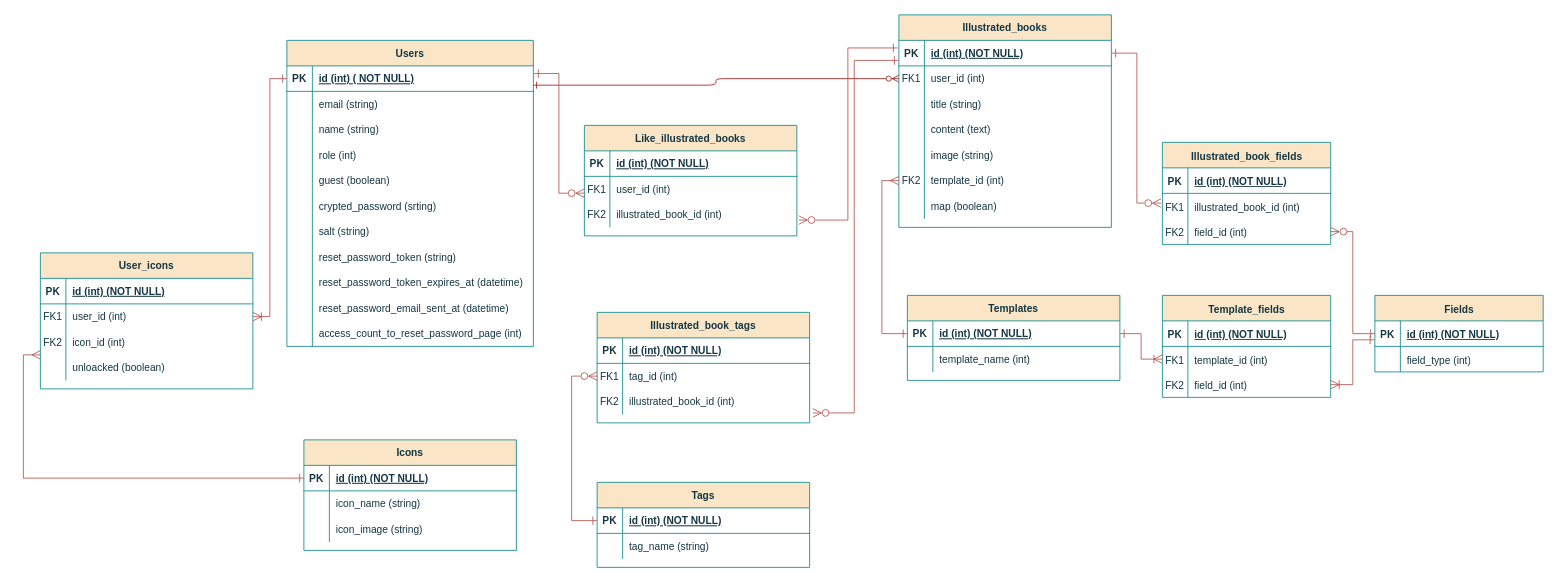
Before: 名称未設定ファイル.drawio in furukoshi12/zukan-create, a draw.io diagram. Source tidied: cells renumbered, new cells numbered last; positions are measured from the earlier drawing's top-left corner, leaving out a move shared by most shapes. Both pictures are drawn from the tidied source at 85%, with x=0, y=0 at pixel (23, 14).
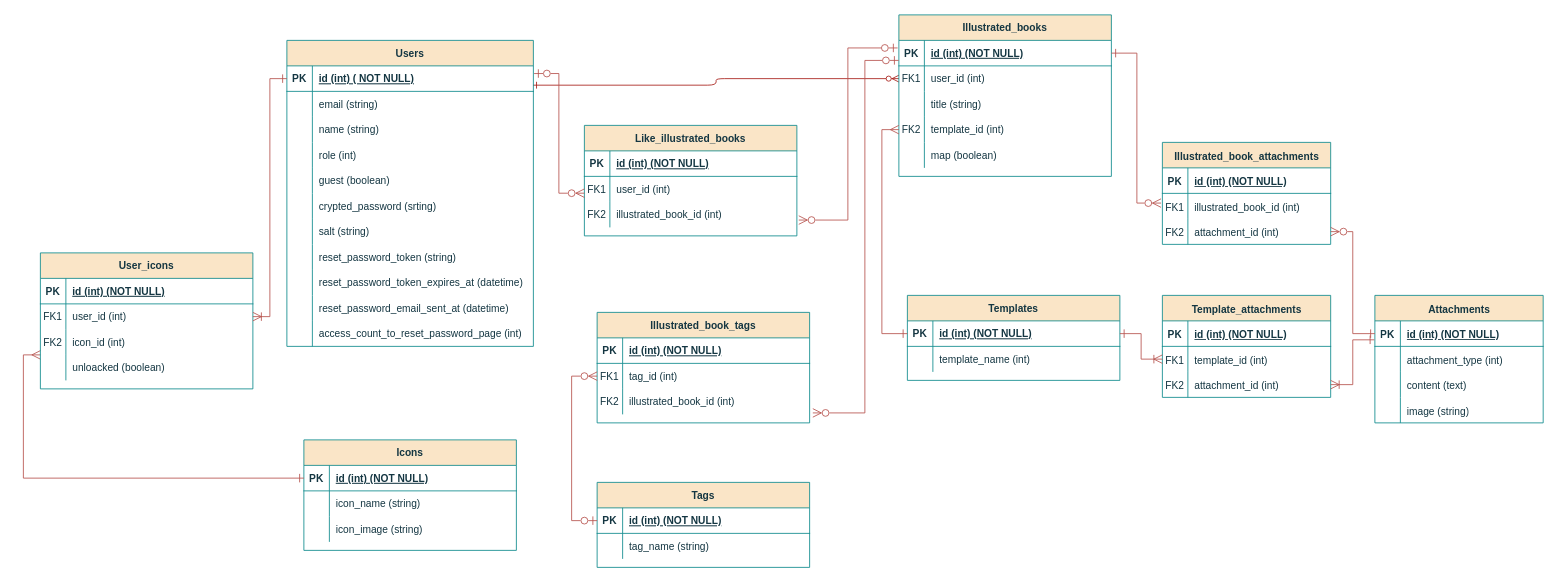
Above is the later version.

Commit message (it also covers changes not shown here):
名称未設定ファイル.drawio を更新します

The change refers to these unchanged cells:
```xml
<mxCell id="4" style="shape=partialRectangle;fillColor=none;points=[[0,0.5],[1,0.5]];portConstraint=eastwest;top=0;left=0;right=0;bottom=1;labelBackgroundColor=none;strokeColor=#0F8B8D;fontColor=#143642;" parent="3" vertex="1">
  <mxGeometry y="30" width="250" height="30" as="geometry" />
</mxCell>
<mxCell id="33" style="shape=partialRectangle;fillColor=none;points=[[0,0.5],[1,0.5]];portConstraint=eastwest;top=0;left=0;right=0;bottom=1;labelBackgroundColor=none;strokeColor=#0F8B8D;fontColor=#143642;" parent="32" vertex="1">
  <mxGeometry y="30" width="290" height="30" as="geometry" />
</mxCell>
<mxCell id="80" style="shape=partialRectangle;fillColor=none;points=[[0,0.5],[1,0.5]];portConstraint=eastwest;top=0;left=0;right=0;bottom=0;labelBackgroundColor=none;strokeColor=#0F8B8D;fontColor=#143642;" parent="76" vertex="1">
  <mxGeometry y="60" width="250" height="30" as="geometry" />
</mxCell>
<mxCell id="83" style="shape=partialRectangle;fillColor=none;points=[[0,0.5],[1,0.5]];portConstraint=eastwest;top=0;left=0;right=0;bottom=0;labelBackgroundColor=none;strokeColor=#0F8B8D;fontColor=#143642;" parent="76" vertex="1">
  <mxGeometry y="90" width="250" height="30" as="geometry" />
</mxCell>
<mxCell id="87" style="shape=partialRectangle;fillColor=none;points=[[0,0.5],[1,0.5]];portConstraint=eastwest;top=0;left=0;right=0;bottom=1;labelBackgroundColor=none;strokeColor=#0F8B8D;fontColor=#143642;" parent="86" vertex="1">
  <mxGeometry y="30" width="250" height="30" as="geometry" />
</mxCell>
<mxCell id="97" style="shape=tableRow;horizontal=0;startSize=0;swimlaneHead=0;swimlaneBody=0;fillColor=none;top=0;left=0;right=0;bottom=0;strokeColor=#0F8B8D;fontSize=16;fontColor=#143642;" parent="93" vertex="1">
  <mxGeometry y="60" width="198" height="30" as="geometry" />
</mxCell>
<mxCell id="104" style="shape=partialRectangle;fillColor=none;points=[[0,0.5],[1,0.5]];portConstraint=eastwest;top=0;left=0;right=0;bottom=0;labelBackgroundColor=none;strokeColor=#0F8B8D;fontColor=#143642;" parent="100" vertex="1">
  <mxGeometry y="60" width="250" height="30" as="geometry" />
</mxCell>
<mxCell id="107" style="shape=partialRectangle;fillColor=none;points=[[0,0.5],[1,0.5]];portConstraint=eastwest;top=0;left=0;right=0;bottom=0;labelBackgroundColor=none;strokeColor=#0F8B8D;fontColor=#143642;" parent="100" vertex="1">
  <mxGeometry y="90" width="250" height="30" as="geometry" />
</mxCell>
<mxCell id="123" style="shape=tableRow;horizontal=0;startSize=0;swimlaneHead=0;swimlaneBody=0;fillColor=none;points=[[0,0.5],[1,0.5]];portConstraint=eastwest;top=0;left=0;right=0;bottom=0;strokeColor=#0F8B8D;fontSize=16;fontColor=#143642;" parent="116" vertex="1">
  <mxGeometry y="90" width="198" height="30" as="geometry" />
</mxCell>
<mxCell id="135" style="shape=tableRow;horizontal=0;startSize=0;swimlaneHead=0;swimlaneBody=0;fillColor=none;points=[[0,0.5],[1,0.5]];portConstraint=eastwest;top=0;left=0;right=0;bottom=0;strokeColor=#0F8B8D;fontSize=16;fontColor=#143642;" parent="128" vertex="1">
  <mxGeometry y="90" width="198" height="30" as="geometry" />
</mxCell>
```

Diff of the diagram source:
```diff
@@
     <mxCell id="3" value="Illustrated_books" style="shape=table;startSize=30;childLayout=tableLayout;rowLines=0;fontStyle=1;align=center;labelBackgroundColor=none;fillColor=#FAE5C7;strokeColor=#0F8B8D;fontColor=#143642;" parent="1" vertex="1">
-      <mxGeometry x="1030" width="250" height="250" as="geometry" />
+      <mxGeometry x="1030" width="250" height="190" as="geometry" />
     </mxCell>
@@
-    <mxCell id="13" style="shape=partialRectangle;fillColor=none;top=0;left=0;right=0;bottom=0;labelBackgroundColor=none;strokeColor=#0F8B8D;fontColor=#143642;" parent="3" vertex="1">
-      <mxGeometry y="120" width="250" height="30" as="geometry" />
-    </mxCell>
-    <mxCell id="14" style="shape=partialRectangle;overflow=hidden;fillColor=none;top=0;left=0;bottom=0;right=0;labelBackgroundColor=none;strokeColor=#0F8B8D;fontColor=#143642;" parent="13" vertex="1">
-      <mxGeometry width="30" height="30" as="geometry" />
-    </mxCell>
-    <mxCell id="15" value="content (text)" style="shape=partialRectangle;overflow=hidden;fillColor=none;top=0;left=0;bottom=0;right=0;align=left;spacingLeft=6;labelBackgroundColor=none;strokeColor=#0F8B8D;fontColor=#143642;" parent="13" vertex="1">
-      <mxGeometry x="30" width="220" height="30" as="geometry" />
-    </mxCell>
-    <mxCell id="16" style="shape=partialRectangle;fillColor=none;top=0;left=0;right=0;bottom=0;labelBackgroundColor=none;strokeColor=#0F8B8D;fontColor=#143642;" parent="3" vertex="1">
-      <mxGeometry y="150" width="250" height="30" as="geometry" />
-    </mxCell>
-    <mxCell id="17" style="shape=partialRectangle;overflow=hidden;fillColor=none;top=0;left=0;bottom=0;right=0;labelBackgroundColor=none;strokeColor=#0F8B8D;fontColor=#143642;" parent="16" vertex="1">
-      <mxGeometry width="30" height="30" as="geometry" />
-    </mxCell>
-    <mxCell id="18" value="image (string)" style="shape=partialRectangle;overflow=hidden;fillColor=none;top=0;left=0;bottom=0;right=0;align=left;spacingLeft=6;labelBackgroundColor=none;strokeColor=#0F8B8D;fontColor=#143642;" parent="16" vertex="1">
-      <mxGeometry x="30" width="220" height="30" as="geometry" />
-    </mxCell>
     <mxCell id="19" style="shape=partialRectangle;fillColor=none;points=[[0,0.5],[1,0.5]];portConstraint=eastwest;top=0;left=0;right=0;bottom=0;labelBackgroundColor=none;strokeColor=#0F8B8D;fontColor=#143642;" parent="3" vertex="1">
-      <mxGeometry y="180" width="250" height="30" as="geometry" />
+      <mxGeometry y="120" width="250" height="30" as="geometry" />
     </mxCell>
@@
     <mxCell id="22" style="shape=partialRectangle;fillColor=none;top=0;left=0;right=0;bottom=0;labelBackgroundColor=none;strokeColor=#0F8B8D;fontColor=#143642;" parent="3" vertex="1">
-      <mxGeometry y="210" width="250" height="30" as="geometry" />
+      <mxGeometry y="150" width="250" height="30" as="geometry" />
     </mxCell>
@@
-    <mxCell id="93" value="&lt;font style=&quot;font-size: 12px;&quot;&gt;Fields&lt;/font&gt;" style="shape=table;startSize=30;childLayout=tableLayout;rowLines=0;fontStyle=1;align=center;html=1;strokeColor=#0F8B8D;fontSize=16;fontColor=#143642;fillColor=#FAE5C7;" parent="1" vertex="1">
-      <mxGeometry x="1590" y="330" width="198" height="90" as="geometry" />
+    <mxCell id="93" value="&lt;span style=&quot;font-size: 12px;&quot;&gt;Attachments&lt;/span&gt;" style="shape=table;startSize=30;childLayout=tableLayout;rowLines=0;fontStyle=1;align=center;html=1;strokeColor=#0F8B8D;fontSize=16;fontColor=#143642;fillColor=#FAE5C7;" parent="1" vertex="1">
+      <mxGeometry x="1590" y="330" width="198" height="150" as="geometry" />
     </mxCell>
@@
-    <mxCell id="99" value="&lt;font style=&quot;font-size: 12px;&quot;&gt;field_type (int)&lt;/font&gt;" style="shape=partialRectangle;fillColor=none;top=0;left=0;bottom=0;right=0;align=left;spacingLeft=6;overflow=hidden;whiteSpace=wrap;html=1;strokeColor=#0F8B8D;fontSize=16;fontColor=#143642;" parent="97" vertex="1">
+    <mxCell id="99" value="&lt;font style=&quot;font-size: 12px;&quot;&gt;attachment_type (int)&lt;/font&gt;" style="shape=partialRectangle;fillColor=none;top=0;left=0;bottom=0;right=0;align=left;spacingLeft=6;overflow=hidden;whiteSpace=wrap;html=1;strokeColor=#0F8B8D;fontSize=16;fontColor=#143642;" parent="97" vertex="1">
       <mxGeometry x="30" width="168" height="30" as="geometry" />
     </mxCell>
+    <mxCell id="154" style="shape=tableRow;horizontal=0;startSize=0;swimlaneHead=0;swimlaneBody=0;fillColor=none;top=0;left=0;right=0;bottom=0;strokeColor=#0F8B8D;fontSize=16;fontColor=#143642;" parent="93" vertex="1">
+      <mxGeometry y="90" width="198" height="30" as="geometry" />
+    </mxCell>
+    <mxCell id="155" style="shape=partialRectangle;fillColor=none;top=0;left=0;bottom=0;right=0;overflow=hidden;whiteSpace=wrap;html=1;strokeColor=#0F8B8D;fontSize=16;fontColor=#143642;" parent="154" vertex="1">
+      <mxGeometry width="30" height="30" as="geometry" />
+    </mxCell>
+    <mxCell id="15" value="&lt;font style=&quot;font-size: 12px;&quot;&gt;content (text)&lt;/font&gt;" style="shape=partialRectangle;fillColor=none;top=0;left=0;bottom=0;right=0;align=left;spacingLeft=6;overflow=hidden;whiteSpace=wrap;html=1;strokeColor=#0F8B8D;fontSize=16;fontColor=#143642;" parent="154" vertex="1">
+      <mxGeometry x="30" width="168" height="30" as="geometry" />
+    </mxCell>
+    <mxCell id="156" style="shape=tableRow;horizontal=0;startSize=0;swimlaneHead=0;swimlaneBody=0;fillColor=none;top=0;left=0;right=0;bottom=0;strokeColor=#0F8B8D;fontSize=16;fontColor=#143642;" parent="93" vertex="1">
+      <mxGeometry y="120" width="198" height="30" as="geometry" />
+    </mxCell>
+    <mxCell id="157" style="shape=partialRectangle;fillColor=none;top=0;left=0;bottom=0;right=0;overflow=hidden;whiteSpace=wrap;html=1;strokeColor=#0F8B8D;fontSize=16;fontColor=#143642;" parent="156" vertex="1">
+      <mxGeometry width="30" height="30" as="geometry" />
+    </mxCell>
+    <mxCell id="18" value="&lt;font style=&quot;font-size: 12px;&quot;&gt;image (string)&lt;/font&gt;" style="shape=partialRectangle;fillColor=none;top=0;left=0;bottom=0;right=0;align=left;spacingLeft=6;overflow=hidden;whiteSpace=wrap;html=1;strokeColor=#0F8B8D;fontSize=16;fontColor=#143642;" parent="156" vertex="1">
+      <mxGeometry x="30" width="168" height="30" as="geometry" />
+    </mxCell>
@@
-    <mxCell id="110" style="edgeStyle=orthogonalEdgeStyle;rounded=0;jettySize=auto;html=1;exitX=-0.001;exitY=0.785;exitDx=0;exitDy=0;entryX=1.015;entryY=0.943;entryDx=0;entryDy=0;entryPerimeter=0;fontSize=12;startSize=8;endSize=8;endArrow=ERzeroToMany;endFill=0;startArrow=ERone;startFill=0;fillColor=#f8cecc;strokeColor=#b85450;exitPerimeter=0;" parent="1" edge="1" source="4" target="107">
-      <mxGeometry relative="1" as="geometry" />
+    <mxCell id="110" style="edgeStyle=orthogonalEdgeStyle;rounded=0;jettySize=auto;html=1;exitX=-0.001;exitY=0.785;exitDx=0;exitDy=0;entryX=1.015;entryY=0.943;entryDx=0;entryDy=0;entryPerimeter=0;fontSize=12;startSize=8;endSize=8;endArrow=ERzeroToMany;endFill=0;startArrow=ERzeroToOne;startFill=0;fillColor=#f8cecc;strokeColor=#b85450;exitPerimeter=0;" parent="1" edge="1" source="4" target="107">
+      <mxGeometry relative="1" as="geometry">
+        <Array as="points">
+          <mxPoint x="990" y="54" />
+          <mxPoint x="990" y="468" />
+        </Array>
+      </mxGeometry>
     </mxCell>
-    <mxCell id="111" style="edgeStyle=orthogonalEdgeStyle;rounded=0;jettySize=auto;html=1;exitX=0;exitY=0.5;exitDx=0;exitDy=0;fontSize=12;startSize=8;endSize=8;startArrow=ERzeroToMany;startFill=0;endArrow=ERone;endFill=0;fillColor=#f8cecc;strokeColor=#b85450;entryX=0;entryY=0.5;entryDx=0;entryDy=0;" parent="1" edge="1" source="104" target="87">
+    <mxCell id="111" style="edgeStyle=orthogonalEdgeStyle;rounded=0;jettySize=auto;html=1;exitX=0;exitY=0.5;exitDx=0;exitDy=0;fontSize=12;startSize=8;endSize=8;startArrow=ERzeroToMany;startFill=0;endArrow=ERzeroToOne;endFill=0;fillColor=#f8cecc;strokeColor=#b85450;entryX=0;entryY=0.5;entryDx=0;entryDy=0;" parent="1" edge="1" source="104" target="87">
       <mxGeometry relative="1" as="geometry">
         <Array as="points">
           <mxPoint x="645" y="425" />
           <mxPoint x="645" y="595" />
         </Array>
       </mxGeometry>
     </mxCell>
-    <mxCell id="112" style="edgeStyle=orthogonalEdgeStyle;rounded=0;jettySize=auto;html=1;exitX=1.003;exitY=0.301;exitDx=0;exitDy=0;entryX=0;entryY=0.659;entryDx=0;entryDy=0;entryPerimeter=0;fontSize=12;startSize=8;endSize=8;endArrow=ERzeroToMany;endFill=0;startArrow=ERone;startFill=0;fillColor=#f8cecc;strokeColor=#b85450;exitPerimeter=0;" parent="1" edge="1" source="33" target="80">
+    <mxCell id="112" style="edgeStyle=orthogonalEdgeStyle;rounded=0;jettySize=auto;html=1;exitX=1.003;exitY=0.301;exitDx=0;exitDy=0;entryX=0;entryY=0.659;entryDx=0;entryDy=0;entryPerimeter=0;fontSize=12;startSize=8;endSize=8;endArrow=ERzeroToMany;endFill=0;startArrow=ERzeroToOne;startFill=0;fillColor=#f8cecc;strokeColor=#b85450;exitPerimeter=0;" parent="1" edge="1" source="33" target="80">
       <mxGeometry relative="1" as="geometry" />
     </mxCell>
-    <mxCell id="113" style="edgeStyle=orthogonalEdgeStyle;rounded=0;jettySize=auto;html=1;exitX=-0.006;exitY=0.297;exitDx=0;exitDy=0;entryX=1.009;entryY=0.713;entryDx=0;entryDy=0;entryPerimeter=0;fontSize=12;startSize=8;endSize=8;fillColor=#f8cecc;strokeColor=#b85450;endArrow=ERzeroToMany;endFill=0;startArrow=ERone;startFill=0;exitPerimeter=0;" parent="1" edge="1" source="4" target="83">
+    <mxCell id="113" style="edgeStyle=orthogonalEdgeStyle;rounded=0;jettySize=auto;html=1;exitX=-0.006;exitY=0.297;exitDx=0;exitDy=0;entryX=1.009;entryY=0.713;entryDx=0;entryDy=0;entryPerimeter=0;fontSize=12;startSize=8;endSize=8;fillColor=#f8cecc;strokeColor=#b85450;endArrow=ERzeroToMany;endFill=0;startArrow=ERzeroToOne;startFill=0;exitPerimeter=0;" parent="1" edge="1" source="4" target="83">
       <mxGeometry relative="1" as="geometry" />
     </mxCell>
@@
-    <mxCell id="116" value="&lt;span style=&quot;font-size: 12px;&quot;&gt;Template_fields&lt;/span&gt;" style="shape=table;startSize=30;childLayout=tableLayout;rowLines=0;fontStyle=1;align=center;html=1;strokeColor=#0F8B8D;fontSize=16;fontColor=#143642;fillColor=#FAE5C7;" parent="1" vertex="1">
+    <mxCell id="116" value="&lt;span style=&quot;font-size: 12px;&quot;&gt;Template_attachments&lt;/span&gt;" style="shape=table;startSize=30;childLayout=tableLayout;rowLines=0;fontStyle=1;align=center;html=1;strokeColor=#0F8B8D;fontSize=16;fontColor=#143642;fillColor=#FAE5C7;" parent="1" vertex="1">
       <mxGeometry x="1340" y="330" width="198" height="120" as="geometry" />
     </mxCell>
@@
-    <mxCell id="125" value="&lt;font style=&quot;font-size: 12px;&quot;&gt;field_id (int)&lt;/font&gt;" style="shape=partialRectangle;fillColor=none;top=0;left=0;bottom=0;right=0;align=left;spacingLeft=6;overflow=hidden;whiteSpace=wrap;html=1;strokeColor=#0F8B8D;fontSize=16;fontColor=#143642;" parent="123" vertex="1">
+    <mxCell id="125" value="&lt;font style=&quot;font-size: 12px;&quot;&gt;attachment_id (int)&lt;/font&gt;" style="shape=partialRectangle;fillColor=none;top=0;left=0;bottom=0;right=0;align=left;spacingLeft=6;overflow=hidden;whiteSpace=wrap;html=1;strokeColor=#0F8B8D;fontSize=16;fontColor=#143642;" parent="123" vertex="1">
       <mxGeometry x="30" width="168" height="30" as="geometry" />
     </mxCell>
@@
-    <mxCell id="128" value="&lt;span style=&quot;font-size: 12px;&quot;&gt;Illustrated_book_fields&lt;/span&gt;" style="shape=table;startSize=30;childLayout=tableLayout;rowLines=0;fontStyle=1;align=center;html=1;strokeColor=#0F8B8D;fontSize=16;fontColor=#143642;fillColor=#FAE5C7;" parent="1" vertex="1">
+    <mxCell id="128" value="&lt;span style=&quot;font-size: 12px;&quot;&gt;Illustrated_book_attachments&lt;/span&gt;" style="shape=table;startSize=30;childLayout=tableLayout;rowLines=0;fontStyle=1;align=center;html=1;strokeColor=#0F8B8D;fontSize=16;fontColor=#143642;fillColor=#FAE5C7;" parent="1" vertex="1">
       <mxGeometry x="1340" y="150" width="198" height="120" as="geometry" />
     </mxCell>
@@
-    <mxCell id="137" value="&lt;font style=&quot;font-size: 12px;&quot;&gt;field_id (int)&lt;/font&gt;" style="shape=partialRectangle;fillColor=none;top=0;left=0;bottom=0;right=0;align=left;spacingLeft=6;overflow=hidden;whiteSpace=wrap;html=1;strokeColor=#0F8B8D;fontSize=16;fontColor=#143642;" parent="135" vertex="1">
+    <mxCell id="137" value="&lt;font style=&quot;font-size: 12px;&quot;&gt;attachment_id (int)&lt;/font&gt;" style="shape=partialRectangle;fillColor=none;top=0;left=0;bottom=0;right=0;align=left;spacingLeft=6;overflow=hidden;whiteSpace=wrap;html=1;strokeColor=#0F8B8D;fontSize=16;fontColor=#143642;" parent="135" vertex="1">
       <mxGeometry x="30" width="168" height="30" as="geometry" />
     </mxCell>
```
